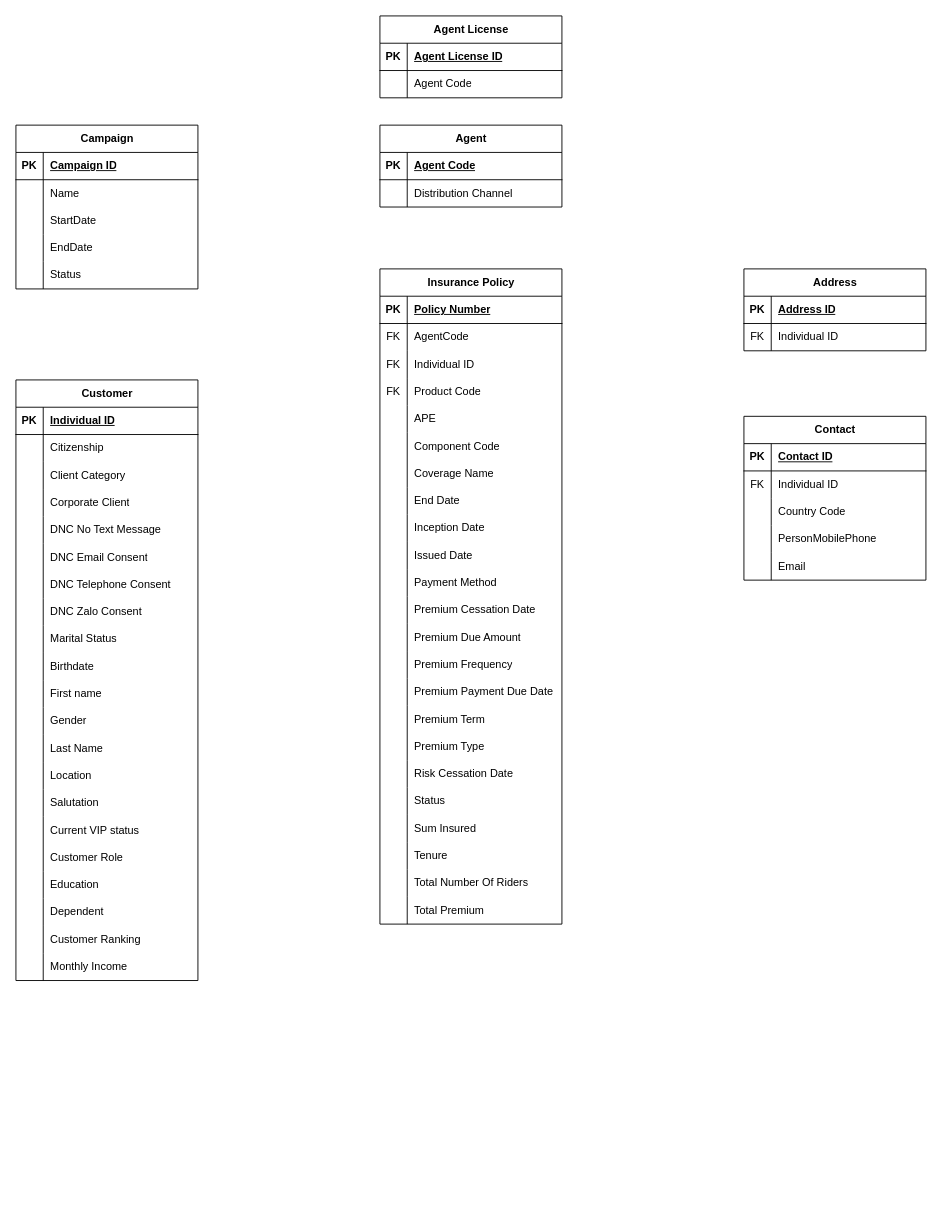
This is CEP_logic_map.drawio from EpicM97/EpicM, a draw.io file, before an edit. Source tidied: cells renumbered, new cells numbered last; positions are measured from the earlier drawing's top-left corner, leaving out a move shared by most shapes. Both pictures are drawn from the tidied source at 91%, with x=0, y=0 at pixel (15, 15).
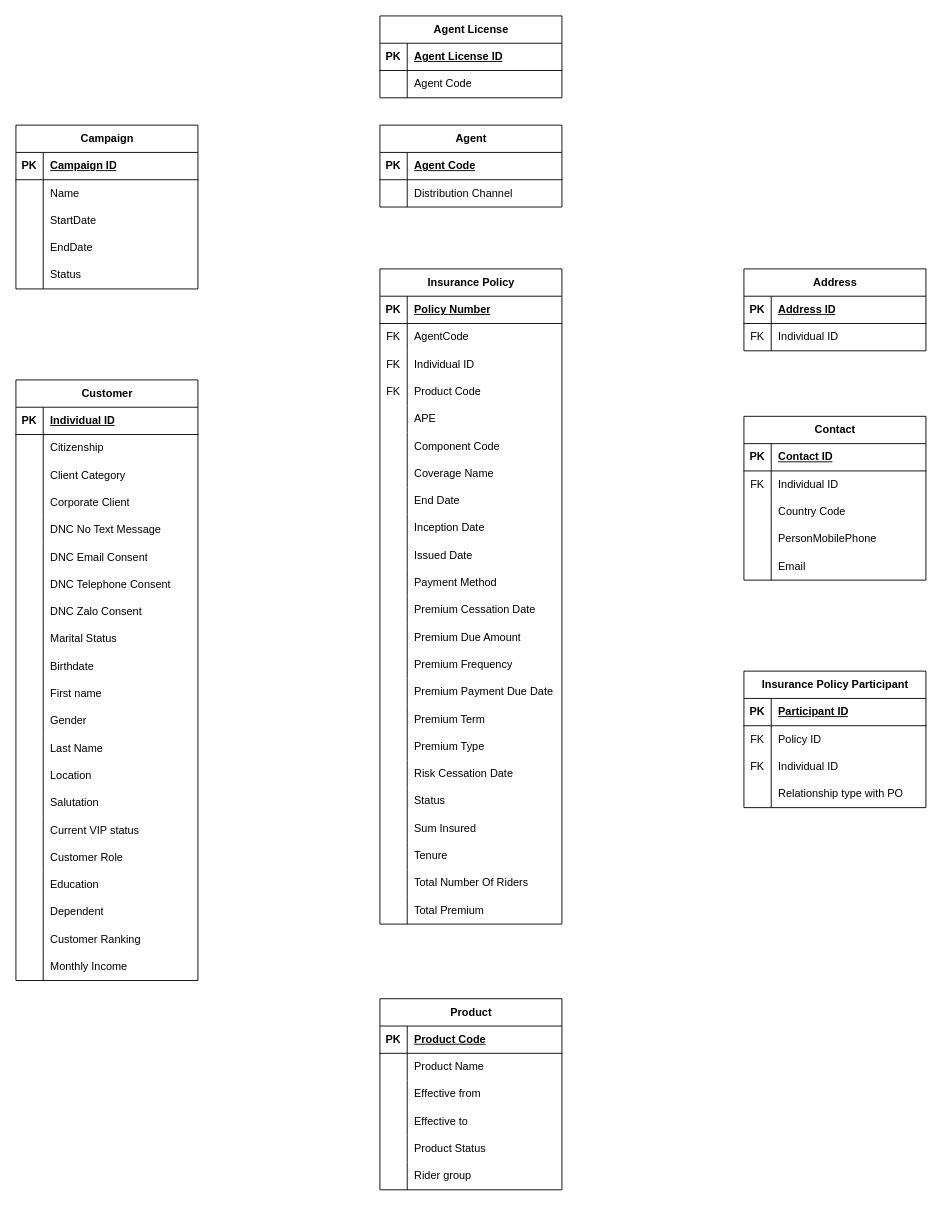
After the change.

Change to the diagram source:
```diff
@@
+    <mxCell id="189" value="Insurance Policy Participant" style="shape=table;startSize=30;childLayout=tableLayout;rowLines=0;fontStyle=1;align=center;html=1;" parent="1" vertex="1">
+      <mxGeometry x="800" y="720" width="200" height="150" as="geometry" />
+    </mxCell>
+    <mxCell id="190" style="shape=tableRow;horizontal=0;startSize=0;swimlaneHead=0;swimlaneBody=0;fillColor=none;top=0;left=0;right=0;bottom=1;" parent="189" vertex="1">
+      <mxGeometry y="30" width="200" height="30" as="geometry" />
+    </mxCell>
+    <mxCell id="191" value="PK" style="shape=partialRectangle;fillColor=none;top=0;left=0;bottom=0;right=0;fontStyle=1;overflow=hidden;whiteSpace=wrap;html=1;" parent="190" vertex="1">
+      <mxGeometry width="30" height="30" as="geometry" />
+    </mxCell>
+    <mxCell id="192" value="Participant ID" style="shape=partialRectangle;fillColor=none;top=0;left=0;bottom=0;right=0;align=left;spacingLeft=6;fontStyle=5;overflow=hidden;whiteSpace=wrap;html=1;" parent="190" vertex="1">
+      <mxGeometry x="30" width="170" height="30" as="geometry" />
+    </mxCell>
+    <mxCell id="193" style="shape=tableRow;horizontal=0;startSize=0;swimlaneHead=0;swimlaneBody=0;fillColor=none;top=0;left=0;right=0;bottom=0;" parent="189" vertex="1">
+      <mxGeometry y="60" width="200" height="30" as="geometry" />
+    </mxCell>
+    <mxCell id="194" value="FK" style="shape=partialRectangle;fillColor=none;top=0;left=0;bottom=0;right=0;overflow=hidden;whiteSpace=wrap;html=1;" parent="193" vertex="1">
+      <mxGeometry width="30" height="30" as="geometry" />
+    </mxCell>
+    <mxCell id="195" value="Policy ID" style="shape=partialRectangle;fillColor=none;top=0;left=0;bottom=0;right=0;align=left;spacingLeft=6;overflow=hidden;whiteSpace=wrap;html=1;" parent="193" vertex="1">
+      <mxGeometry x="30" width="170" height="30" as="geometry" />
+    </mxCell>
+    <mxCell id="196" style="shape=tableRow;horizontal=0;startSize=0;swimlaneHead=0;swimlaneBody=0;fillColor=none;top=0;left=0;right=0;bottom=0;" parent="189" vertex="1">
+      <mxGeometry y="90" width="200" height="30" as="geometry" />
+    </mxCell>
+    <mxCell id="197" value="FK" style="shape=partialRectangle;fillColor=none;top=0;left=0;bottom=0;right=0;overflow=hidden;whiteSpace=wrap;html=1;" parent="196" vertex="1">
+      <mxGeometry width="30" height="30" as="geometry" />
+    </mxCell>
+    <mxCell id="198" value="Individual ID" style="shape=partialRectangle;fillColor=none;top=0;left=0;bottom=0;right=0;align=left;spacingLeft=6;overflow=hidden;whiteSpace=wrap;html=1;" parent="196" vertex="1">
+      <mxGeometry x="30" width="170" height="30" as="geometry" />
+    </mxCell>
+    <mxCell id="199" style="shape=tableRow;horizontal=0;startSize=0;swimlaneHead=0;swimlaneBody=0;fillColor=none;top=0;left=0;right=0;bottom=0;" parent="189" vertex="1">
+      <mxGeometry y="120" width="200" height="30" as="geometry" />
+    </mxCell>
+    <mxCell id="200" style="shape=partialRectangle;fillColor=none;top=0;left=0;bottom=0;right=0;overflow=hidden;whiteSpace=wrap;html=1;" parent="199" vertex="1">
+      <mxGeometry width="30" height="30" as="geometry" />
+    </mxCell>
+    <mxCell id="201" value="Relationship type with PO" style="shape=partialRectangle;fillColor=none;top=0;left=0;bottom=0;right=0;align=left;spacingLeft=6;overflow=hidden;whiteSpace=wrap;html=1;" parent="199" vertex="1">
+      <mxGeometry x="30" width="170" height="30" as="geometry" />
+    </mxCell>
+    <mxCell id="202" value="Product" style="shape=table;startSize=30;childLayout=tableLayout;rowLines=0;fontStyle=1;align=center;html=1;" parent="1" vertex="1">
+      <mxGeometry x="400" y="1080" width="200" height="210" as="geometry" />
+    </mxCell>
+    <mxCell id="203" style="shape=tableRow;horizontal=0;startSize=0;swimlaneHead=0;swimlaneBody=0;fillColor=none;top=0;left=0;right=0;bottom=1;" parent="202" vertex="1">
+      <mxGeometry y="30" width="200" height="30" as="geometry" />
+    </mxCell>
+    <mxCell id="204" value="PK" style="shape=partialRectangle;fillColor=none;top=0;left=0;bottom=0;right=0;fontStyle=1;overflow=hidden;whiteSpace=wrap;html=1;" parent="203" vertex="1">
+      <mxGeometry width="30" height="30" as="geometry" />
+    </mxCell>
+    <mxCell id="205" value="Product Code" style="shape=partialRectangle;fillColor=none;top=0;left=0;bottom=0;right=0;align=left;spacingLeft=6;fontStyle=5;overflow=hidden;whiteSpace=wrap;html=1;" parent="203" vertex="1">
+      <mxGeometry x="30" width="170" height="30" as="geometry" />
+    </mxCell>
+    <mxCell id="206" style="shape=tableRow;horizontal=0;startSize=0;swimlaneHead=0;swimlaneBody=0;fillColor=none;top=0;left=0;right=0;bottom=0;" parent="202" vertex="1">
+      <mxGeometry y="60" width="200" height="30" as="geometry" />
+    </mxCell>
+    <mxCell id="207" style="shape=partialRectangle;fillColor=none;top=0;left=0;bottom=0;right=0;overflow=hidden;whiteSpace=wrap;html=1;" parent="206" vertex="1">
+      <mxGeometry width="30" height="30" as="geometry" />
+    </mxCell>
+    <mxCell id="208" value="Product Name" style="shape=partialRectangle;fillColor=none;top=0;left=0;bottom=0;right=0;align=left;spacingLeft=6;overflow=hidden;whiteSpace=wrap;html=1;" parent="206" vertex="1">
+      <mxGeometry x="30" width="170" height="30" as="geometry" />
+    </mxCell>
+    <mxCell id="209" style="shape=tableRow;horizontal=0;startSize=0;swimlaneHead=0;swimlaneBody=0;fillColor=none;top=0;left=0;right=0;bottom=0;" parent="202" vertex="1">
+      <mxGeometry y="90" width="200" height="30" as="geometry" />
+    </mxCell>
+    <mxCell id="210" style="shape=partialRectangle;fillColor=none;top=0;left=0;bottom=0;right=0;overflow=hidden;whiteSpace=wrap;html=1;" parent="209" vertex="1">
+      <mxGeometry width="30" height="30" as="geometry" />
+    </mxCell>
+    <mxCell id="211" value="Effective from" style="shape=partialRectangle;fillColor=none;top=0;left=0;bottom=0;right=0;align=left;spacingLeft=6;overflow=hidden;whiteSpace=wrap;html=1;" parent="209" vertex="1">
+      <mxGeometry x="30" width="170" height="30" as="geometry" />
+    </mxCell>
+    <mxCell id="212" style="shape=tableRow;horizontal=0;startSize=0;swimlaneHead=0;swimlaneBody=0;fillColor=none;top=0;left=0;right=0;bottom=0;" parent="202" vertex="1">
+      <mxGeometry y="120" width="200" height="30" as="geometry" />
+    </mxCell>
+    <mxCell id="213" style="shape=partialRectangle;fillColor=none;top=0;left=0;bottom=0;right=0;overflow=hidden;whiteSpace=wrap;html=1;" parent="212" vertex="1">
+      <mxGeometry width="30" height="30" as="geometry" />
+    </mxCell>
+    <mxCell id="214" value="Effective to" style="shape=partialRectangle;fillColor=none;top=0;left=0;bottom=0;right=0;align=left;spacingLeft=6;overflow=hidden;whiteSpace=wrap;html=1;" parent="212" vertex="1">
+      <mxGeometry x="30" width="170" height="30" as="geometry" />
+    </mxCell>
+    <mxCell id="215" style="shape=tableRow;horizontal=0;startSize=0;swimlaneHead=0;swimlaneBody=0;fillColor=none;top=0;left=0;right=0;bottom=0;" parent="202" vertex="1">
+      <mxGeometry y="150" width="200" height="30" as="geometry" />
+    </mxCell>
+    <mxCell id="216" style="shape=partialRectangle;fillColor=none;top=0;left=0;bottom=0;right=0;overflow=hidden;whiteSpace=wrap;html=1;" parent="215" vertex="1">
+      <mxGeometry width="30" height="30" as="geometry" />
+    </mxCell>
+    <mxCell id="217" value="Product Status" style="shape=partialRectangle;fillColor=none;top=0;left=0;bottom=0;right=0;align=left;spacingLeft=6;overflow=hidden;whiteSpace=wrap;html=1;" parent="215" vertex="1">
+      <mxGeometry x="30" width="170" height="30" as="geometry" />
+    </mxCell>
+    <mxCell id="218" style="shape=tableRow;horizontal=0;startSize=0;swimlaneHead=0;swimlaneBody=0;fillColor=none;top=0;left=0;right=0;bottom=0;" parent="202" vertex="1">
+      <mxGeometry y="180" width="200" height="30" as="geometry" />
+    </mxCell>
+    <mxCell id="219" style="shape=partialRectangle;fillColor=none;top=0;left=0;bottom=0;right=0;overflow=hidden;whiteSpace=wrap;html=1;" parent="218" vertex="1">
+      <mxGeometry width="30" height="30" as="geometry" />
+    </mxCell>
+    <mxCell id="220" value="Rider group" style="shape=partialRectangle;fillColor=none;top=0;left=0;bottom=0;right=0;align=left;spacingLeft=6;overflow=hidden;whiteSpace=wrap;html=1;" parent="218" vertex="1">
+      <mxGeometry x="30" width="170" height="30" as="geometry" />
+    </mxCell>
```
